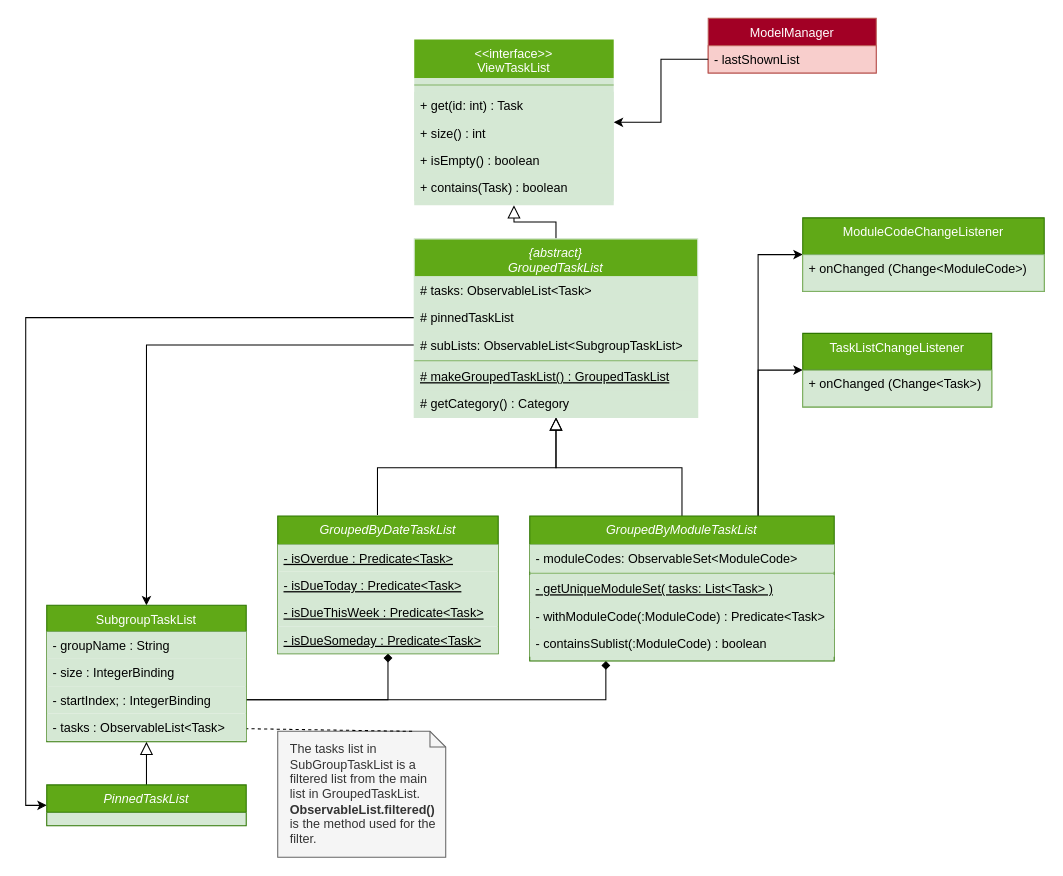
The draw.io diagram docs/diagrams/TaskListClassDiagram.drawio in yapdianhao/main, before the edit. Source tidied: cells renumbered, new cells numbered last; positions are measured from the earlier drawing's top-left corner, leaving out a move shared by most shapes. Both pictures are drawn from the tidied source at 105%, with x=0, y=0 at pixel (25, 18).
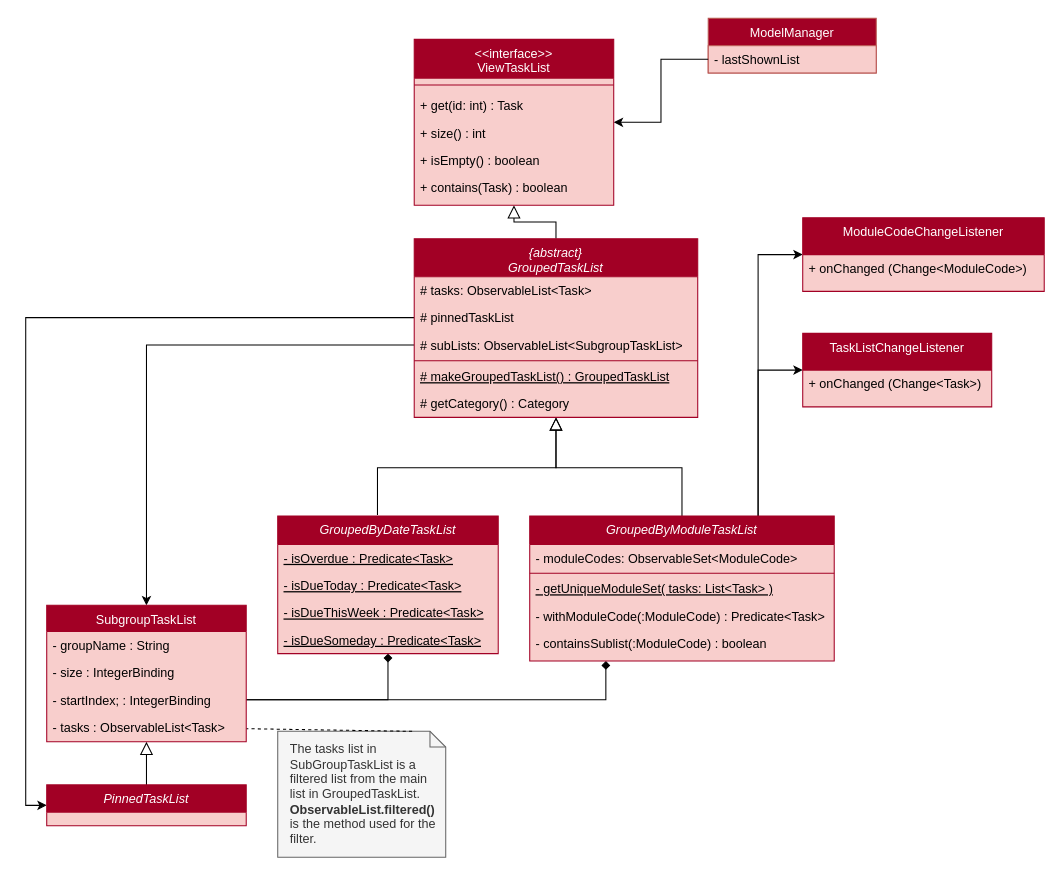
Above is the later version.

What changed in the source:
```diff
@@
-    <mxCell id="13" value="&lt;&lt;interface&gt;&gt;&#10;ViewTaskList&#10;" style="swimlane;fontStyle=0;align=center;verticalAlign=top;horizontal=1;startSize=37;rounded=0;shadow=0;strokeWidth=1;fillColor=#60a917;strokeColor=none;swimlaneFillColor=#D5E8D4;fontColor=#ffffff;" parent="1" vertex="1">
+    <mxCell id="13" value="&lt;&lt;interface&gt;&gt;&#10;ViewTaskList&#10;" style="swimlane;fontStyle=0;align=center;verticalAlign=top;horizontal=1;startSize=37;rounded=0;shadow=0;strokeWidth=1;fillColor=#a20025;strokeColor=#A20025;swimlaneFillColor=#F8CECC;fontColor=#ffffff;" parent="1" vertex="1">
       <mxGeometry x="370" y="20" width="190" height="158" as="geometry" />
     </mxCell>
-    <mxCell id="14" style="line;html=1;strokeWidth=1;align=left;verticalAlign=middle;spacingTop=-1;spacingLeft=3;spacingRight=3;labelPosition=right;fillColor=#d5e8d4;strokeColor=#82b366;shadow=0;gradientColor=none;" parent="13" vertex="1">
+    <mxCell id="14" style="line;html=1;strokeWidth=1;align=left;verticalAlign=middle;spacingTop=-1;spacingLeft=3;spacingRight=3;labelPosition=right;fillColor=none;strokeColor=#A20025;shadow=0;gradientColor=none;" parent="13" vertex="1">
       <mxGeometry y="37" width="190" height="13" as="geometry" />
     </mxCell>
-    <mxCell id="15" value="+ get(id: int) : Task" style="text;align=left;verticalAlign=top;spacingLeft=4;spacingRight=4;overflow=hidden;fillColor=#d5e8d4;strokeColor=none;" parent="13" vertex="1">
+    <mxCell id="15" value="+ get(id: int) : Task" style="text;align=left;verticalAlign=top;spacingLeft=4;spacingRight=4;overflow=hidden;fillColor=none;strokeColor=none;" parent="13" vertex="1">
       <mxGeometry y="50" width="190" height="26" as="geometry" />
     </mxCell>
-    <mxCell id="16" value="+ size() : int" style="text;align=left;verticalAlign=top;spacingLeft=4;spacingRight=4;overflow=hidden;rounded=0;shadow=0;html=0;fillColor=#d5e8d4;strokeColor=none;" parent="13" vertex="1">
+    <mxCell id="16" value="+ size() : int" style="text;align=left;verticalAlign=top;spacingLeft=4;spacingRight=4;overflow=hidden;rounded=0;shadow=0;html=0;fillColor=none;strokeColor=none;" parent="13" vertex="1">
       <mxGeometry y="76" width="190" height="26" as="geometry" />
     </mxCell>
-    <mxCell id="17" value="+ isEmpty() : boolean" style="text;align=left;verticalAlign=top;spacingLeft=4;spacingRight=4;overflow=hidden;fillColor=#d5e8d4;strokeColor=none;" parent="13" vertex="1">
+    <mxCell id="17" value="+ isEmpty() : boolean" style="text;align=left;verticalAlign=top;spacingLeft=4;spacingRight=4;overflow=hidden;fillColor=none;strokeColor=none;" parent="13" vertex="1">
       <mxGeometry y="102" width="190" height="26" as="geometry" />
     </mxCell>
-    <mxCell id="18" value="+ contains(Task) : boolean" style="text;align=left;verticalAlign=top;spacingLeft=4;spacingRight=4;overflow=hidden;fillColor=#d5e8d4;strokeColor=none;" parent="13" vertex="1">
+    <mxCell id="18" value="+ contains(Task) : boolean" style="text;align=left;verticalAlign=top;spacingLeft=4;spacingRight=4;overflow=hidden;fillColor=none;strokeColor=none;" parent="13" vertex="1">
       <mxGeometry y="128" width="190" height="26" as="geometry" />
     </mxCell>
@@
-    <mxCell id="21" value="{abstract}&#10;GroupedTaskList&#10;" style="swimlane;fontStyle=2;align=center;verticalAlign=top;horizontal=1;startSize=36;rounded=0;shadow=0;strokeWidth=1;fillColor=#60a917;strokeColor=#D5E8D4;fontColor=#ffffff;swimlaneFillColor=#D5E8D4;" parent="1" vertex="1">
+    <mxCell id="21" value="{abstract}&#10;GroupedTaskList&#10;" style="swimlane;fontStyle=2;align=center;verticalAlign=top;horizontal=1;startSize=36;rounded=0;shadow=0;strokeWidth=1;fillColor=#A20025;strokeColor=#A20025;fontColor=#ffffff;swimlaneFillColor=#F8CECC;" parent="1" vertex="1">
       <mxGeometry x="370" y="210" width="270" height="170" as="geometry" />
     </mxCell>
-    <mxCell id="22" value="# tasks: ObservableList&lt;Task&gt;" style="text;align=left;verticalAlign=top;spacingLeft=4;spacingRight=4;overflow=hidden;rounded=0;shadow=0;html=0;fillColor=#d5e8d4;strokeColor=none;" parent="21" vertex="1">
+    <mxCell id="22" value="# tasks: ObservableList&lt;Task&gt;" style="text;align=left;verticalAlign=top;spacingLeft=4;spacingRight=4;overflow=hidden;rounded=0;shadow=0;html=0;fillColor=none;strokeColor=none;" parent="21" vertex="1">
       <mxGeometry y="36" width="270" height="26" as="geometry" />
     </mxCell>
-    <mxCell id="23" value="# pinnedTaskList" style="text;align=left;verticalAlign=top;spacingLeft=4;spacingRight=4;overflow=hidden;points=[[0,0.5],[1,0.5]];portConstraint=eastwest;fillColor=#d5e8d4;strokeColor=none;" parent="21" vertex="1">
+    <mxCell id="23" value="# pinnedTaskList" style="text;align=left;verticalAlign=top;spacingLeft=4;spacingRight=4;overflow=hidden;points=[[0,0.5],[1,0.5]];portConstraint=eastwest;fillColor=none;strokeColor=none;" parent="21" vertex="1">
       <mxGeometry y="62" width="270" height="26" as="geometry" />
     </mxCell>
-    <mxCell id="24" value="# subLists: ObservableList&lt;SubgroupTaskList&gt;" style="text;align=left;verticalAlign=top;spacingLeft=4;spacingRight=4;overflow=hidden;points=[[0,0.5],[1,0.5]];portConstraint=eastwest;rounded=0;shadow=0;html=0;fillColor=#d5e8d4;strokeColor=none;" parent="21" vertex="1">
+    <mxCell id="24" value="# subLists: ObservableList&lt;SubgroupTaskList&gt;" style="text;align=left;verticalAlign=top;spacingLeft=4;spacingRight=4;overflow=hidden;points=[[0,0.5],[1,0.5]];portConstraint=eastwest;rounded=0;shadow=0;html=0;fillColor=none;strokeColor=none;" parent="21" vertex="1">
       <mxGeometry y="88" width="270" height="26" as="geometry" />
     </mxCell>
-    <mxCell id="25" style="line;html=1;strokeWidth=1;align=left;verticalAlign=middle;spacingTop=-1;spacingLeft=3;spacingRight=3;labelPosition=right;fillColor=#d5e8d4;strokeColor=#82b366;shadow=0;gradientColor=none;" parent="21" vertex="1">
+    <mxCell id="25" style="line;html=1;strokeWidth=1;align=left;verticalAlign=middle;spacingTop=-1;spacingLeft=3;spacingRight=3;labelPosition=right;fillColor=none;strokeColor=#A20025;shadow=0;gradientColor=none;" parent="21" vertex="1">
       <mxGeometry y="114" width="270" height="4" as="geometry" />
     </mxCell>
-    <mxCell id="26" value="GroupedByDateTaskList" style="swimlane;fontStyle=2;align=center;verticalAlign=top;horizontal=1;startSize=27;rounded=0;shadow=0;strokeWidth=1;fillColor=#60a917;strokeColor=#2D7600;fontColor=#ffffff;" parent="1" vertex="1">
+    <mxCell id="26" value="GroupedByDateTaskList" style="swimlane;fontStyle=2;align=center;verticalAlign=top;horizontal=1;startSize=27;rounded=0;shadow=0;strokeWidth=1;fillColor=#A20025;strokeColor=#A20025;fontColor=#ffffff;swimlaneFillColor=#F8CECC;" parent="1" vertex="1">
       <mxGeometry x="240" y="474" width="210" height="131" as="geometry" />
     </mxCell>
-    <mxCell id="27" value="- isOverdue : Predicate&lt;Task&gt; " style="text;align=left;verticalAlign=top;spacingLeft=4;spacingRight=4;overflow=hidden;fontStyle=4;fillColor=#d5e8d4;strokeColor=none;" parent="26" vertex="1">
+    <mxCell id="27" value="- isOverdue : Predicate&lt;Task&gt; " style="text;align=left;verticalAlign=top;spacingLeft=4;spacingRight=4;overflow=hidden;fontStyle=4;fillColor=none;strokeColor=none;" parent="26" vertex="1">
       <mxGeometry y="27" width="210" height="26" as="geometry" />
     </mxCell>
-    <mxCell id="28" value="- isDueToday : Predicate&lt;Task&gt;" style="text;align=left;verticalAlign=top;spacingLeft=4;spacingRight=4;overflow=hidden;rounded=0;shadow=0;html=0;fontStyle=4;fillColor=#d5e8d4;strokeColor=none;" parent="26" vertex="1">
+    <mxCell id="28" value="- isDueToday : Predicate&lt;Task&gt;" style="text;align=left;verticalAlign=top;spacingLeft=4;spacingRight=4;overflow=hidden;rounded=0;shadow=0;html=0;fontStyle=4;fillColor=none;strokeColor=none;" parent="26" vertex="1">
       <mxGeometry y="53" width="210" height="26" as="geometry" />
     </mxCell>
-    <mxCell id="29" value="- isDueThisWeek : Predicate&lt;Task&gt; " style="text;align=left;verticalAlign=top;spacingLeft=4;spacingRight=4;overflow=hidden;rounded=0;shadow=0;html=0;fontStyle=4;fillColor=#d5e8d4;strokeColor=none;" parent="26" vertex="1">
+    <mxCell id="29" value="- isDueThisWeek : Predicate&lt;Task&gt; " style="text;align=left;verticalAlign=top;spacingLeft=4;spacingRight=4;overflow=hidden;rounded=0;shadow=0;html=0;fontStyle=4;fillColor=none;strokeColor=none;" parent="26" vertex="1">
       <mxGeometry y="79" width="210" height="26" as="geometry" />
     </mxCell>
-    <mxCell id="30" value="- isDueSomeday : Predicate&lt;Task&gt; " style="text;align=left;verticalAlign=top;spacingLeft=4;spacingRight=4;overflow=hidden;rounded=0;shadow=0;html=0;fontStyle=4;fillColor=#d5e8d4;strokeColor=none;" parent="26" vertex="1">
+    <mxCell id="30" value="- isDueSomeday : Predicate&lt;Task&gt; " style="text;align=left;verticalAlign=top;spacingLeft=4;spacingRight=4;overflow=hidden;rounded=0;shadow=0;html=0;fontStyle=4;fillColor=none;strokeColor=none;" parent="26" vertex="1">
       <mxGeometry y="105" width="210" height="26" as="geometry" />
     </mxCell>
-    <mxCell id="31" value="SubgroupTaskList" style="swimlane;fontStyle=0;align=center;verticalAlign=top;horizontal=1;startSize=25;rounded=0;shadow=0;strokeWidth=1;fillColor=#60a917;strokeColor=#2D7600;fontColor=#ffffff;" parent="1" vertex="1">
+    <mxCell id="31" value="SubgroupTaskList" style="swimlane;fontStyle=0;align=center;verticalAlign=top;horizontal=1;startSize=25;rounded=0;shadow=0;strokeWidth=1;fillColor=#A20025;strokeColor=#A20025;fontColor=#ffffff;swimlaneFillColor=#F8CECC;" parent="1" vertex="1">
       <mxGeometry x="20" y="559" width="190" height="130" as="geometry" />
     </mxCell>
-    <mxCell id="32" value="- groupName : String " style="text;align=left;verticalAlign=top;spacingLeft=4;spacingRight=4;overflow=hidden;rounded=0;shadow=0;html=0;fillColor=#d5e8d4;strokeColor=none;" parent="31" vertex="1">
+    <mxCell id="32" value="- groupName : String " style="text;align=left;verticalAlign=top;spacingLeft=4;spacingRight=4;overflow=hidden;rounded=0;shadow=0;html=0;fillColor=none;strokeColor=none;" parent="31" vertex="1">
       <mxGeometry y="25" width="190" height="26" as="geometry" />
     </mxCell>
-    <mxCell id="33" value="- size : IntegerBinding " style="text;align=left;verticalAlign=top;spacingLeft=4;spacingRight=4;overflow=hidden;fillColor=#d5e8d4;strokeColor=none;" parent="31" vertex="1">
+    <mxCell id="33" value="- size : IntegerBinding " style="text;align=left;verticalAlign=top;spacingLeft=4;spacingRight=4;overflow=hidden;fillColor=none;strokeColor=none;" parent="31" vertex="1">
       <mxGeometry y="51" width="190" height="26" as="geometry" />
     </mxCell>
-    <mxCell id="34" value="- startIndex; : IntegerBinding " style="text;align=left;verticalAlign=top;spacingLeft=4;spacingRight=4;overflow=hidden;points=[[0,0.5],[1,0.5]];portConstraint=eastwest;fillColor=#d5e8d4;strokeColor=none;" parent="31" vertex="1">
+    <mxCell id="34" value="- startIndex; : IntegerBinding " style="text;align=left;verticalAlign=top;spacingLeft=4;spacingRight=4;overflow=hidden;points=[[0,0.5],[1,0.5]];portConstraint=eastwest;fillColor=none;strokeColor=none;" parent="31" vertex="1">
       <mxGeometry y="77" width="190" height="26" as="geometry" />
     </mxCell>
-    <mxCell id="35" value="-  tasks : ObservableList&lt;Task&gt;" style="text;align=left;verticalAlign=top;spacingLeft=4;spacingRight=4;overflow=hidden;points=[[0,0.5],[1,0.5]];portConstraint=eastwest;fillColor=#d5e8d4;strokeColor=none;" parent="31" vertex="1">
+    <mxCell id="35" value="-  tasks : ObservableList&lt;Task&gt;" style="text;align=left;verticalAlign=top;spacingLeft=4;spacingRight=4;overflow=hidden;points=[[0,0.5],[1,0.5]];portConstraint=eastwest;fillColor=none;strokeColor=none;" parent="31" vertex="1">
       <mxGeometry y="103" width="190" height="26" as="geometry" />
     </mxCell>
@@
-    <mxCell id="38" value="GroupedByModuleTaskList" style="swimlane;fontStyle=2;align=center;verticalAlign=top;horizontal=1;startSize=27;rounded=0;shadow=0;strokeWidth=1;fillColor=#60a917;strokeColor=#2D7600;swimlaneFillColor=#D5E8D4;fontColor=#ffffff;" parent="1" vertex="1">
+    <mxCell id="38" value="GroupedByModuleTaskList" style="swimlane;fontStyle=2;align=center;verticalAlign=top;horizontal=1;startSize=27;rounded=0;shadow=0;strokeWidth=1;fillColor=#A20025;strokeColor=#A20025;swimlaneFillColor=#F8CECC;fontColor=#ffffff;" parent="1" vertex="1">
       <mxGeometry x="480" y="474" width="290" height="138" as="geometry" />
     </mxCell>
-    <mxCell id="39" value="- moduleCodes: ObservableSet&lt;ModuleCode&gt;" style="text;align=left;verticalAlign=top;spacingLeft=4;spacingRight=4;overflow=hidden;rounded=0;shadow=0;html=0;fillColor=#d5e8d4;strokeColor=none;" parent="38" vertex="1">
+    <mxCell id="39" value="- moduleCodes: ObservableSet&lt;ModuleCode&gt;" style="text;align=left;verticalAlign=top;spacingLeft=4;spacingRight=4;overflow=hidden;rounded=0;shadow=0;html=0;fillColor=none;strokeColor=none;" parent="38" vertex="1">
       <mxGeometry y="27" width="290" height="26" as="geometry" />
     </mxCell>
-    <mxCell id="40" style="line;html=1;strokeWidth=1;align=left;verticalAlign=middle;spacingTop=-1;spacingLeft=3;spacingRight=3;labelPosition=right;fillColor=#ffffff;strokeColor=#82b366;" parent="38" vertex="1">
+    <mxCell id="40" style="line;html=1;strokeWidth=1;align=left;verticalAlign=middle;spacingTop=-1;spacingLeft=3;spacingRight=3;labelPosition=right;fillColor=#ffffff;strokeColor=#A20025;" parent="38" vertex="1">
       <mxGeometry y="53" width="290" height="3" as="geometry" />
     </mxCell>
-    <mxCell id="41" value="- getUniqueModuleSet( tasks: List&lt;Task&gt; )" style="text;align=left;verticalAlign=top;spacingLeft=4;spacingRight=4;overflow=hidden;fontStyle=4;fillColor=#d5e8d4;strokeColor=none;" parent="38" vertex="1">
+    <mxCell id="41" value="- getUniqueModuleSet( tasks: List&lt;Task&gt; )" style="text;align=left;verticalAlign=top;spacingLeft=4;spacingRight=4;overflow=hidden;fontStyle=4;fillColor=none;strokeColor=none;" parent="38" vertex="1">
       <mxGeometry y="56" width="290" height="26" as="geometry" />
     </mxCell>
-    <mxCell id="42" value="- withModuleCode(:ModuleCode) : Predicate&lt;Task&gt;" style="text;align=left;verticalAlign=top;spacingLeft=4;spacingRight=4;overflow=hidden;fillColor=#d5e8d4;strokeColor=none;" parent="38" vertex="1">
+    <mxCell id="42" value="- withModuleCode(:ModuleCode) : Predicate&lt;Task&gt;" style="text;align=left;verticalAlign=top;spacingLeft=4;spacingRight=4;overflow=hidden;fillColor=none;strokeColor=none;" parent="38" vertex="1">
       <mxGeometry y="82" width="290" height="26" as="geometry" />
     </mxCell>
-    <mxCell id="43" value="- containsSublist(:ModuleCode) : boolean" style="text;align=left;verticalAlign=top;spacingLeft=4;spacingRight=4;overflow=hidden;fillColor=#d5e8d4;strokeColor=none;" parent="38" vertex="1">
+    <mxCell id="43" value="- containsSublist(:ModuleCode) : boolean" style="text;align=left;verticalAlign=top;spacingLeft=4;spacingRight=4;overflow=hidden;fillColor=none;strokeColor=none;" parent="38" vertex="1">
       <mxGeometry y="108" width="290" height="26" as="geometry" />
     </mxCell>
-    <mxCell id="44" value="ModuleCodeChangeListener" style="swimlane;fontStyle=0;align=center;verticalAlign=top;horizontal=1;startSize=35;rounded=0;shadow=0;strokeWidth=1;fillColor=#60a917;strokeColor=#2D7600;fontColor=#ffffff;" parent="1" vertex="1">
+    <mxCell id="44" value="ModuleCodeChangeListener" style="swimlane;fontStyle=0;align=center;verticalAlign=top;horizontal=1;startSize=35;rounded=0;shadow=0;strokeWidth=1;fillColor=#A20025;strokeColor=#A20025;fontColor=#ffffff;swimlaneFillColor=#F8CECC;" parent="1" vertex="1">
       <mxGeometry x="740" y="190" width="230" height="70" as="geometry" />
     </mxCell>
-    <mxCell id="45" value="+ onChanged (Change&lt;ModuleCode&gt;)" style="text;align=left;verticalAlign=top;spacingLeft=4;spacingRight=4;overflow=hidden;fillColor=#d5e8d4;strokeColor=#82b366;" parent="44" vertex="1">
+    <mxCell id="45" value="+ onChanged (Change&lt;ModuleCode&gt;)" style="text;align=left;verticalAlign=top;spacingLeft=4;spacingRight=4;overflow=hidden;fillColor=none;strokeColor=none;" parent="44" vertex="1">
       <mxGeometry y="35" width="230" height="35" as="geometry" />
     </mxCell>
-    <mxCell id="46" value="TaskListChangeListener" style="swimlane;fontStyle=0;align=center;verticalAlign=top;horizontal=1;startSize=35;rounded=0;shadow=0;strokeWidth=1;fillColor=#60a917;strokeColor=#2D7600;fontColor=#ffffff;" parent="1" vertex="1">
+    <mxCell id="46" value="TaskListChangeListener" style="swimlane;fontStyle=0;align=center;verticalAlign=top;horizontal=1;startSize=35;rounded=0;shadow=0;strokeWidth=1;fillColor=#A20025;strokeColor=#A20025;fontColor=#ffffff;swimlaneFillColor=#F8CECC;" parent="1" vertex="1">
       <mxGeometry x="740" y="300" width="180" height="70" as="geometry" />
     </mxCell>
-    <mxCell id="47" value="+ onChanged (Change&lt;Task&gt;)" style="text;align=left;verticalAlign=top;spacingLeft=4;spacingRight=4;overflow=hidden;fillColor=#d5e8d4;strokeColor=#82b366;" parent="46" vertex="1">
+    <mxCell id="47" value="+ onChanged (Change&lt;Task&gt;)" style="text;align=left;verticalAlign=top;spacingLeft=4;spacingRight=4;overflow=hidden;fillColor=none;strokeColor=none;" parent="46" vertex="1">
       <mxGeometry y="35" width="180" height="35" as="geometry" />
     </mxCell>
-    <mxCell id="48" value="# makeGroupedTaskList() : GroupedTaskList" style="text;align=left;verticalAlign=top;spacingLeft=4;spacingRight=4;overflow=hidden;fontStyle=4;fillColor=#d5e8d4;strokeColor=none;gradientColor=none;" parent="1" vertex="1">
+    <mxCell id="48" value="# makeGroupedTaskList() : GroupedTaskList" style="text;align=left;verticalAlign=top;spacingLeft=4;spacingRight=4;overflow=hidden;fontStyle=4;fillColor=none;strokeColor=none;gradientColor=none;" parent="1" vertex="1">
       <mxGeometry x="370" y="328" width="270" height="26" as="geometry" />
     </mxCell>
-    <mxCell id="49" value="# getCategory() : Category" style="text;align=left;verticalAlign=top;spacingLeft=4;spacingRight=4;overflow=hidden;fillColor=#d5e8d4;strokeColor=none;" parent="1" vertex="1">
+    <mxCell id="49" value="# getCategory() : Category" style="text;align=left;verticalAlign=top;spacingLeft=4;spacingRight=4;overflow=hidden;fillColor=none;strokeColor=none;" parent="1" vertex="1">
       <mxGeometry x="370" y="354" width="270" height="26" as="geometry" />
     </mxCell>
-    <mxCell id="50" value="PinnedTaskList" style="swimlane;fontStyle=2;align=center;verticalAlign=middle;horizontal=1;startSize=26;rounded=0;shadow=0;strokeWidth=1;fillColor=#60a917;strokeColor=#2D7600;fontColor=#ffffff;swimlaneFillColor=#D5E8D4;" parent="1" vertex="1">
+    <mxCell id="50" value="PinnedTaskList" style="swimlane;fontStyle=2;align=center;verticalAlign=middle;horizontal=1;startSize=26;rounded=0;shadow=0;strokeWidth=1;fillColor=#A20025;strokeColor=#A20025;fontColor=#ffffff;swimlaneFillColor=#F8CECC;" parent="1" vertex="1">
       <mxGeometry x="20" y="730" width="190" height="39" as="geometry" />
     </mxCell>
```
